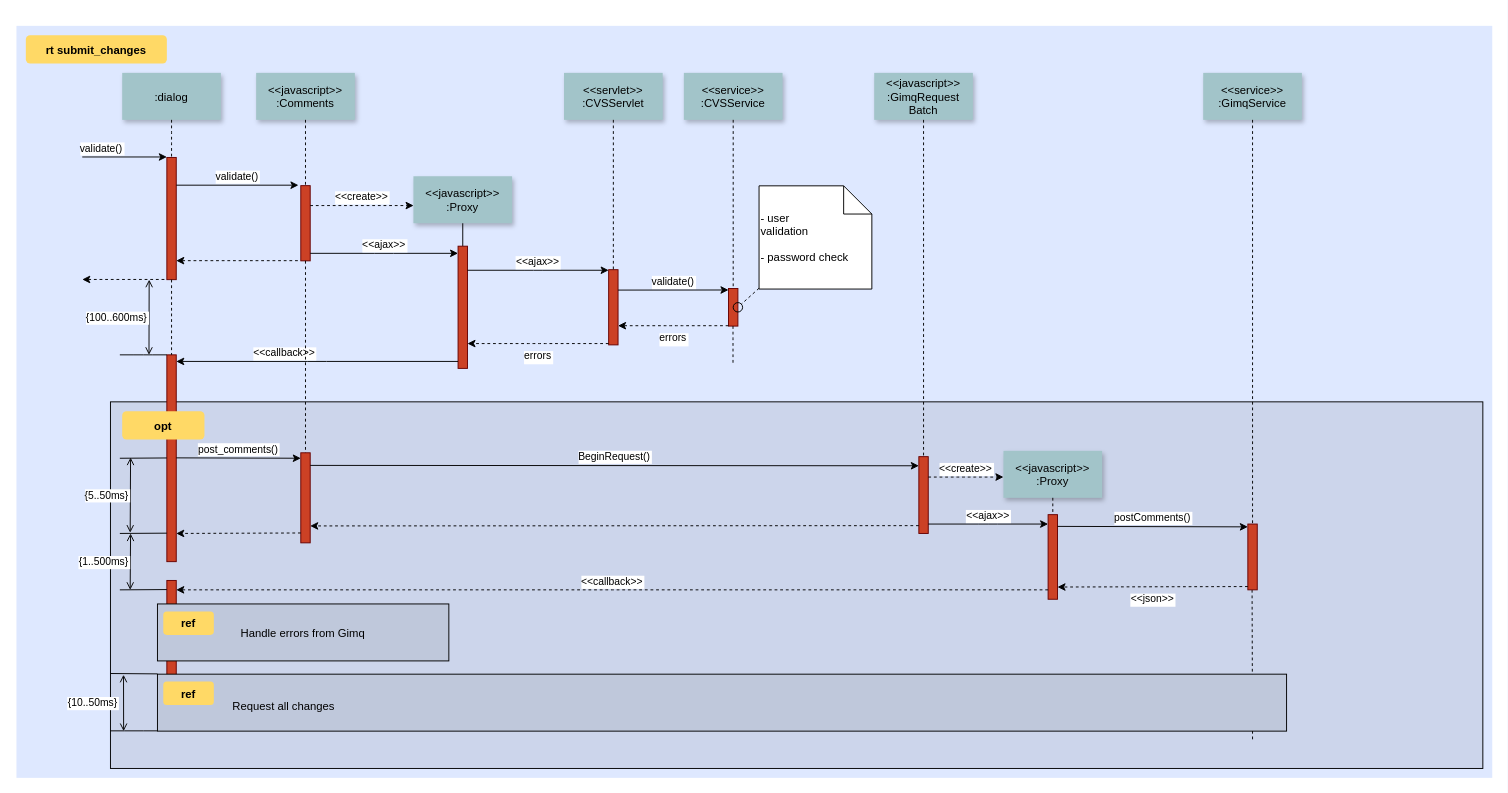
Earlier version of the draw.io diagram 未命名绘图.drawio (jasonjiang1018/draw.io-UML). Source tidied: cells renumbered, new cells numbered last; positions are measured from the earlier drawing's top-left corner, leaving out a move shared by most shapes. Both pictures are drawn from the tidied source at 94%, with x=0, y=0 at pixel (16, 25).
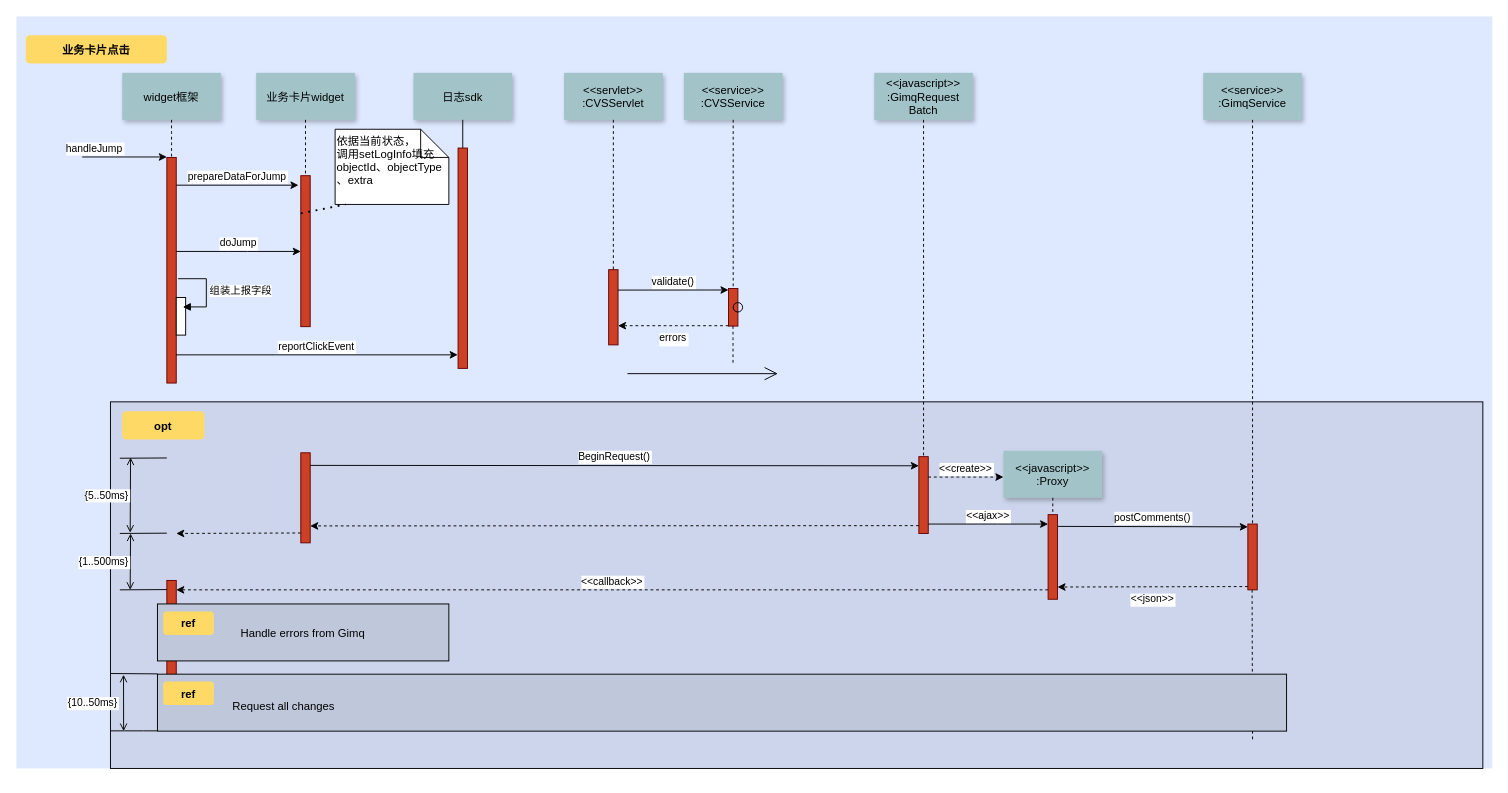
The same page after the edit.

The change refers to these unchanged cells:
```xml
<mxCell id="19" style="fillColor=#CC4125;strokeColor=#660000;" parent="1" vertex="1">
  <mxGeometry x="630" y="259.4" width="10" height="80" as="geometry" />
</mxCell>
<mxCell id="32" style="ellipse;fillColor=none;" parent="1" vertex="1">
  <mxGeometry x="762.5" y="294.4" width="10" height="10" as="geometry" />
</mxCell>
<mxCell id="40" style="fillColor=#CC4125;strokeColor=#660000;" parent="1" vertex="1">
  <mxGeometry x="302.5" y="454.2" width="10" height="95.8" as="geometry" />
</mxCell>
```

The edit, as a diff of the source:
```diff
@@
     <mxCell id="2" style="fillColor=#DEE8FF;strokeColor=none;" parent="1" vertex="1">
-      <mxGeometry width="1570" height="800" as="geometry" />
+      <mxGeometry y="-10" width="1570" height="800" as="geometry" />
     </mxCell>
@@
     <mxCell id="5" style="fillColor=#CC4125;strokeColor=#660000;" parent="1" vertex="1">
-      <mxGeometry x="160" y="140" width="10" height="130" as="geometry" />
+      <mxGeometry x="160" y="140" width="10" height="240" as="geometry" />
     </mxCell>
-    <mxCell id="6" value="validate()" style="edgeStyle=none;verticalLabelPosition=top;verticalAlign=bottom;labelPosition=left;align=right;" parent="1" edge="1">
-      <mxGeometry x="110" y="49.5" as="geometry">
+    <mxCell id="6" value="handleJump" style="edgeStyle=none;verticalLabelPosition=top;verticalAlign=bottom;labelPosition=left;align=right;" parent="1" edge="1">
+      <mxGeometry as="geometry">
         <mxPoint x="70" y="139.5" as="sourcePoint" />
         <mxPoint x="160" y="139.5" as="targetPoint" />
       </mxGeometry>
     </mxCell>
-    <mxCell id="7" value=":dialog" style="shadow=1;fillColor=#A2C4C9;strokeColor=none;" parent="1" vertex="1">
+    <mxCell id="7" value="widget框架" style="shadow=1;fillColor=#A2C4C9;strokeColor=none;" parent="1" vertex="1">
       <mxGeometry x="112.5" y="50" width="105" height="50" as="geometry" />
     </mxCell>
     <mxCell id="8" style="fillColor=#CC4125;strokeColor=#660000;" parent="1" vertex="1">
-      <mxGeometry x="302.5" y="170" width="10" height="80" as="geometry" />
+      <mxGeometry x="302.5" y="159.4" width="10" height="160.6" as="geometry" />
     </mxCell>
-    <mxCell id="9" value="&lt;&lt;javascript&gt;&gt;&#10;:Comments" style="shadow=1;fillColor=#A2C4C9;strokeColor=none;" parent="1" vertex="1">
+    <mxCell id="9" value="业务卡片widget" style="shadow=1;fillColor=#A2C4C9;strokeColor=none;" parent="1" vertex="1">
       <mxGeometry x="255" y="50" width="105" height="50" as="geometry" />
     </mxCell>
@@
-    <mxCell id="11" value="validate()" style="edgeStyle=none;verticalLabelPosition=top;verticalAlign=bottom;" parent="1" edge="1">
+    <mxCell id="11" value="prepareDataForJump" style="edgeStyle=none;verticalLabelPosition=top;verticalAlign=bottom;" parent="1" edge="1">
       <mxGeometry x="220" y="92" as="geometry">
         <mxPoint x="170" y="169.5" as="sourcePoint" />
         <mxPoint x="300" y="169.5" as="targetPoint" />
       </mxGeometry>
     </mxCell>
-    <mxCell id="12" style="edgeStyle=none;verticalLabelPosition=top;verticalAlign=bottom;endArrow=none;startArrow=classic;dashed=1;" parent="1" edge="1">
-      <mxGeometry x="220" y="172.3" as="geometry">
-        <mxPoint x="170" y="249.8" as="sourcePoint" />
-        <mxPoint x="300" y="249.8" as="targetPoint" />
-      </mxGeometry>
-    </mxCell>
-    <mxCell id="13" style="edgeStyle=none;verticalLabelPosition=top;verticalAlign=bottom;labelPosition=left;align=right;endArrow=none;startArrow=classic;dashed=1;" parent="1" edge="1">
-      <mxGeometry x="110" y="179.8" as="geometry">
-        <mxPoint x="70" y="269.8" as="sourcePoint" />
-        <mxPoint x="160" y="269.8" as="targetPoint" />
-      </mxGeometry>
-    </mxCell>
-    <mxCell id="14" value="&lt;&lt;create&gt;&gt;" style="edgeStyle=none;verticalLabelPosition=top;verticalAlign=bottom;dashed=1;" parent="1" edge="1">
-      <mxGeometry x="385.5" y="113.9" as="geometry">
-        <mxPoint x="312.5" y="191.2" as="sourcePoint" />
-        <mxPoint x="422.5" y="191.2" as="targetPoint" />
-      </mxGeometry>
-    </mxCell>
-    <mxCell id="15" value="&lt;&lt;javascript&gt;&gt;&#10;:Proxy" style="shadow=1;fillColor=#A2C4C9;strokeColor=none;" parent="1" vertex="1">
-      <mxGeometry x="422.3" y="160" width="105" height="50" as="geometry" />
+    <mxCell id="15" value="日志sdk" style="shadow=1;fillColor=#A2C4C9;strokeColor=none;" parent="1" vertex="1">
+      <mxGeometry x="422.3" y="50" width="105" height="50" as="geometry" />
     </mxCell>
@@
     <mxCell id="17" style="fillColor=#CC4125;strokeColor=#660000;" parent="1" vertex="1">
-      <mxGeometry x="469.8" y="234.4" width="10" height="130" as="geometry" />
+      <mxGeometry x="469.8" y="130" width="10" height="234.4" as="geometry" />
     </mxCell>
-    <mxCell id="18" value="&lt;&lt;ajax&gt;&gt;" style="edgeStyle=elbowEdgeStyle;elbow=vertical;verticalLabelPosition=top;verticalAlign=bottom;" parent="1" edge="1" source="8" target="17">
-      <mxGeometry x="350" y="290" as="geometry" />
-    </mxCell>
@@
-    <mxCell id="25" value="&lt;&lt;ajax&gt;&gt;" style="edgeStyle=elbowEdgeStyle;elbow=vertical;verticalLabelPosition=top;verticalAlign=bottom;" parent="1" edge="1" source="17" target="19">
-      <mxGeometry x="540" y="270" as="geometry">
-        <Array as="points">
-          <mxPoint x="550" y="260" />
-        </Array>
-      </mxGeometry>
-    </mxCell>
-    <mxCell id="26" value="errors" style="edgeStyle=elbowEdgeStyle;elbow=vertical;dashed=1;verticalLabelPosition=bottom;verticalAlign=top;" parent="1" edge="1" source="19" target="17">
-      <mxGeometry x="550" y="280" as="geometry">
-        <Array as="points">
-          <mxPoint x="553" y="338" />
-        </Array>
-      </mxGeometry>
-    </mxCell>
@@
-    <mxCell id="33" value=" - user&#10; validation&#10;&#10; - password check" style="shape=note;align=left;" parent="1" vertex="1">
-      <mxGeometry x="790" y="170.2" width="120" height="109.8" as="geometry" />
+    <mxCell id="33" value="依据当前状态，&#10;调用setLogInfo填充&#10;objectId、objectType&#10;、extra&#10;" style="shape=note;align=left;" parent="1" vertex="1">
+      <mxGeometry x="339" y="110" width="121" height="80" as="geometry" />
     </mxCell>
-    <mxCell id="34" style="edgeStyle=none;endArrow=none;dashed=1;" parent="1" edge="1" source="33" target="32">
-      <mxGeometry x="1030" y="180" as="geometry" />
-    </mxCell>
-    <mxCell id="35" style="fillColor=#CC4125;strokeColor=#660000;" parent="1" vertex="1">
-      <mxGeometry x="160" y="350" width="10" height="220" as="geometry" />
-    </mxCell>
-    <mxCell id="36" value="             &lt;&lt;callback&gt;&gt;                                " style="edgeStyle=elbowEdgeStyle;elbow=vertical;dashed=0;verticalLabelPosition=top;verticalAlign=bottom;align=right;" parent="1" edge="1" source="17" target="35">
-      <mxGeometry x="190" y="329.8" as="geometry" />
-    </mxCell>
-    <mxCell id="37" style="edgeStyle=none;dashed=1;endArrow=none;" parent="1" edge="1" source="5" target="35">
-      <mxGeometry x="50" y="300" as="geometry" />
-    </mxCell>
-    <mxCell id="38" style="edgeStyle=elbowEdgeStyle;elbow=vertical;endArrow=none;" parent="1" edge="1" source="35">
-      <mxGeometry x="60" y="310" as="geometry">
-        <mxPoint x="110" y="350" as="targetPoint" />
-      </mxGeometry>
-    </mxCell>
-    <mxCell id="39" value="{100..600ms}" style="edgeStyle=elbowEdgeStyle;elbow=horizontal;startArrow=open;endArrow=open;labelPosition=left;align=right;" parent="1" edge="1">
-      <mxGeometry x="61.2" y="290" as="geometry">
-        <mxPoint x="141.2" y="270" as="sourcePoint" />
-        <mxPoint x="141.2" y="350" as="targetPoint" />
-      </mxGeometry>
-    </mxCell>
@@
-    <mxCell id="43" value="post_comments()" style="edgeStyle=elbowEdgeStyle;elbow=vertical;verticalLabelPosition=top;verticalAlign=bottom;" parent="1" edge="1">
+    <mxCell id="43" value="doJump" style="edgeStyle=elbowEdgeStyle;elbow=horizontal;verticalLabelPosition=top;verticalAlign=bottom;" parent="1" edge="1">
       <mxGeometry x="212.5" y="469.6" as="geometry">
-        <mxPoint x="170" y="459.6" as="sourcePoint" />
-        <mxPoint x="302.5" y="459.6" as="targetPoint" />
+        <mxPoint x="170" y="240" as="sourcePoint" />
+        <mxPoint x="302.5" y="240" as="targetPoint" />
       </mxGeometry>
     </mxCell>
-    <mxCell id="44" style="edgeStyle=none;endArrow=none;dashed=1;" parent="1" edge="1" source="8" target="40">
-      <mxGeometry x="376.6" y="339.7" as="geometry" />
-    </mxCell>
@@
-    <mxCell id="60" value="rt submit_changes" style="rounded=1;fontStyle=1;fillColor=#FFD966;strokeColor=none;" parent="1" vertex="1">
+    <mxCell id="60" value="业务卡片点击" style="rounded=1;fontStyle=1;fillColor=#FFD966;strokeColor=none;" parent="1" vertex="1">
       <mxGeometry x="10" y="10" width="150" height="30" as="geometry" />
     </mxCell>
@@
+    <mxCell id="75" style="endArrow=none;dashed=1;html=1;dashPattern=1 3;strokeWidth=2;rounded=0;exitX=1;exitY=0.25;exitDx=0;exitDy=0;" parent="1" edge="1">
+      <mxGeometry relative="1" as="geometry">
+        <mxPoint x="302.5" y="199.5" as="sourcePoint" />
+        <mxPoint x="350" y="190" as="targetPoint" />
+      </mxGeometry>
+    </mxCell>
+    <mxCell id="76" style="html=1;perimeter=orthogonalPerimeter;targetShapes=umlLifeline;newEdgeStyle={&quot;curved&quot;:0,&quot;rounded&quot;:0};" parent="1" vertex="1">
+      <mxGeometry x="170" y="289" width="10" height="40" as="geometry" />
+    </mxCell>
+    <mxCell id="77" value="组装上报字段" style="html=1;align=left;spacingLeft=2;endArrow=block;rounded=0;edgeStyle=orthogonalEdgeStyle;curved=0;rounded=0;" parent="1" edge="1">
+      <mxGeometry relative="1" as="geometry">
+        <mxPoint x="172" y="269" as="sourcePoint" />
+        <mxPoint x="177" y="299" as="targetPoint" />
+        <Array as="points">
+          <mxPoint x="202" y="269" />
+          <mxPoint x="202" y="299" />
+        </Array>
+      </mxGeometry>
+    </mxCell>
+    <mxCell id="78" style="endArrow=open;endFill=1;endSize=12;html=1;rounded=0;" parent="1" edge="1">
+      <mxGeometry relative="1" as="geometry">
+        <mxPoint x="650" y="370" as="sourcePoint" />
+        <mxPoint x="810" y="370" as="targetPoint" />
+      </mxGeometry>
+    </mxCell>
+    <mxCell id="79" value="reportClickEvent" style="edgeStyle=elbowEdgeStyle;elbow=vertical;verticalLabelPosition=top;verticalAlign=bottom;exitX=0.108;exitY=0.45;exitDx=0;exitDy=0;exitPerimeter=0;entryX=0.299;entryY=0.45;entryDx=0;entryDy=0;entryPerimeter=0;" parent="1" edge="1" source="2" target="2">
+      <mxGeometry x="550" y="261.7" as="geometry" />
+    </mxCell>
```
